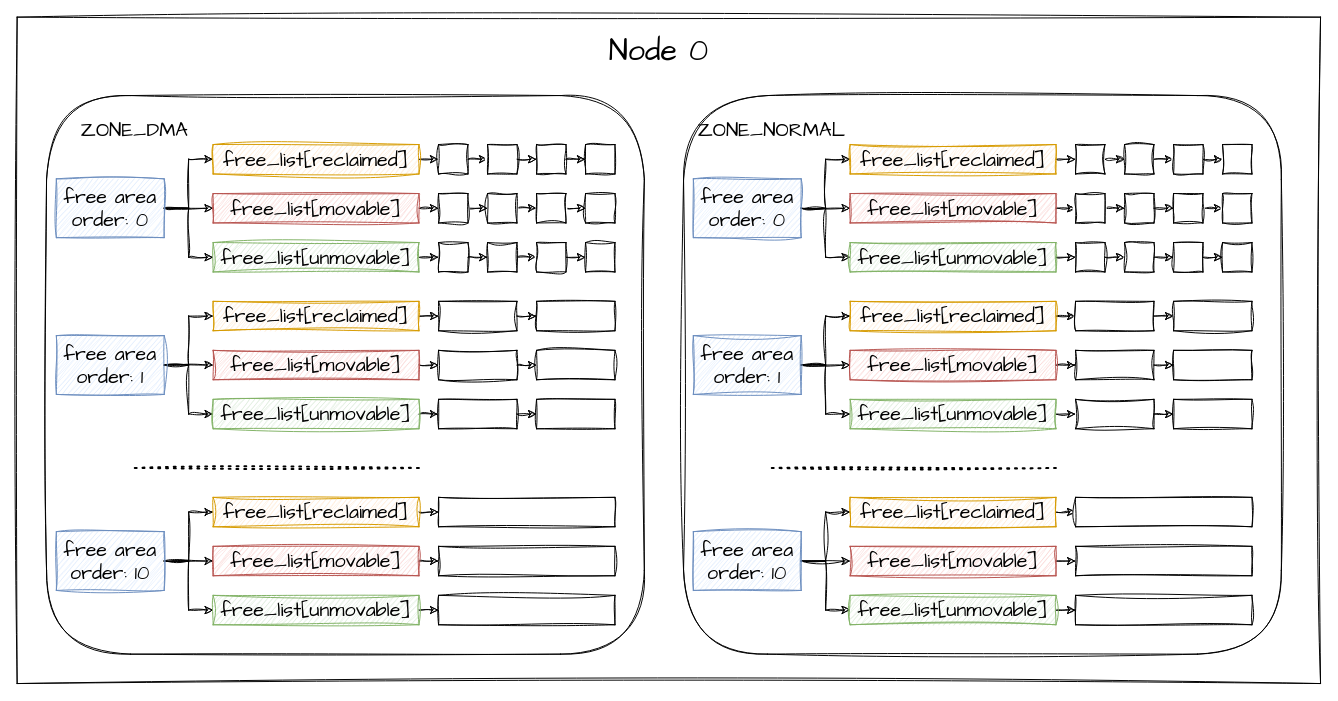
ji92/markdown_picture keeps this draw.io diagram as images/buddy_system.drawio. Above is the earlier version. Source tidied: cells renumbered, new cells numbered last; positions are measured from the earlier drawing's top-left corner, leaving out a move shared by most shapes. Both pictures are drawn from the tidied source at 98%, with x=0, y=0 at pixel (17, 17).
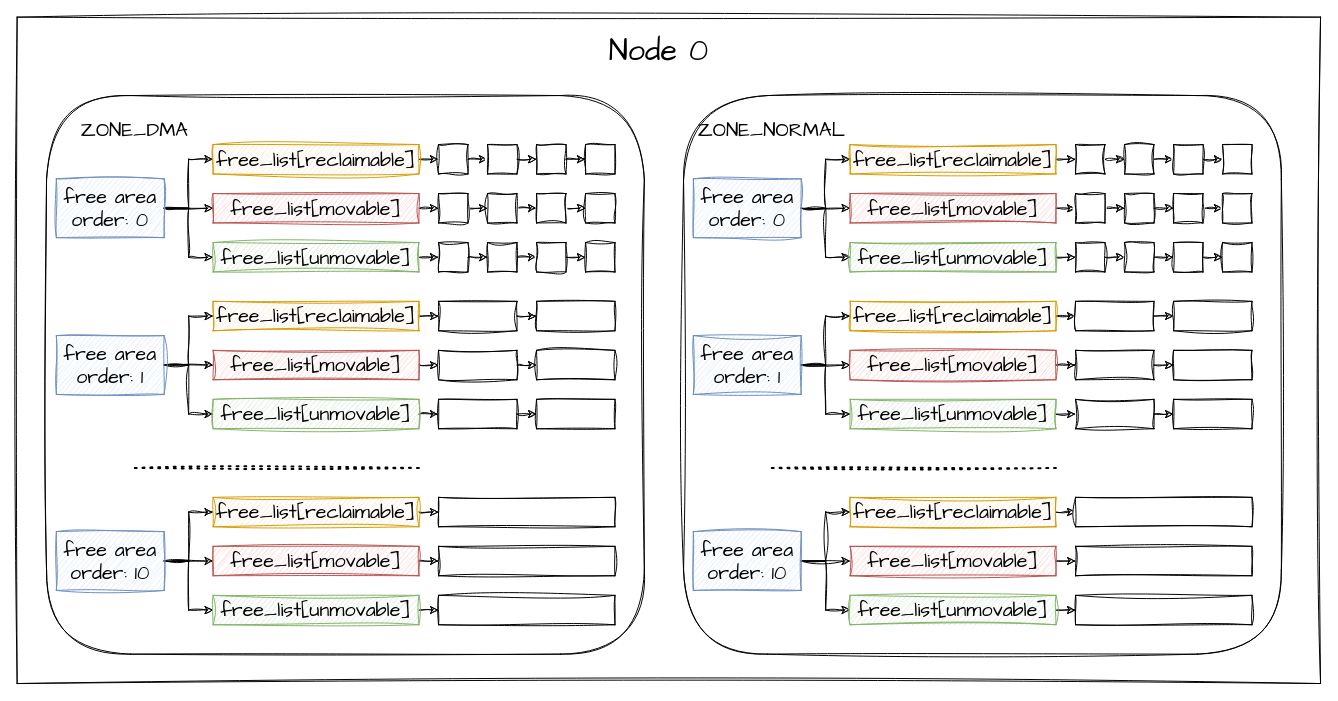
Above is the later version.

What changed in the source:
```diff
@@
-    <mxCell id="9" value="free_list[reclaimed]" style="rounded=0;whiteSpace=wrap;html=1;sketch=1;hachureGap=4;jiggle=2;curveFitting=1;fontFamily=Architects Daughter;fontSize=20;fillColor=#ffe6cc;strokeColor=#d79b00;" parent="1" vertex="1">
+    <mxCell id="9" value="free_list[reclaimable]" style="rounded=0;whiteSpace=wrap;html=1;sketch=1;hachureGap=4;jiggle=2;curveFitting=1;fontFamily=Architects Daughter;fontSize=20;fillColor=#ffe6cc;strokeColor=#d79b00;" parent="1" vertex="1">
       <mxGeometry x="200" y="130" width="210" height="30" as="geometry" />
     </mxCell>
@@
-    <mxCell id="40" value="free_list[reclaimed]" style="rounded=0;whiteSpace=wrap;html=1;sketch=1;hachureGap=4;jiggle=2;curveFitting=1;fontFamily=Architects Daughter;fontSize=20;fillColor=#ffe6cc;strokeColor=#d79b00;" parent="1" vertex="1">
+    <mxCell id="40" value="free_list[reclaimable]" style="rounded=0;whiteSpace=wrap;html=1;sketch=1;hachureGap=4;jiggle=2;curveFitting=1;fontFamily=Architects Daughter;fontSize=20;fillColor=#ffe6cc;strokeColor=#d79b00;" parent="1" vertex="1">
       <mxGeometry x="200" y="290" width="210" height="30" as="geometry" />
     </mxCell>
@@
-    <mxCell id="59" value="free_list[reclaimed]" style="rounded=0;whiteSpace=wrap;html=1;sketch=1;hachureGap=4;jiggle=2;curveFitting=1;fontFamily=Architects Daughter;fontSize=20;fillColor=#ffe6cc;strokeColor=#d79b00;" parent="1" vertex="1">
+    <mxCell id="59" value="free_list[reclaimable]" style="rounded=0;whiteSpace=wrap;html=1;sketch=1;hachureGap=4;jiggle=2;curveFitting=1;fontFamily=Architects Daughter;fontSize=20;fillColor=#ffe6cc;strokeColor=#d79b00;" parent="1" vertex="1">
       <mxGeometry x="200" y="490" width="210" height="30" as="geometry" />
     </mxCell>
@@
-    <mxCell id="75" value="free_list[reclaimed]" style="rounded=0;whiteSpace=wrap;html=1;sketch=1;hachureGap=4;jiggle=2;curveFitting=1;fontFamily=Architects Daughter;fontSize=20;fillColor=#ffe6cc;strokeColor=#d79b00;" parent="1" vertex="1">
+    <mxCell id="75" value="free_list[reclaimable]" style="rounded=0;whiteSpace=wrap;html=1;sketch=1;hachureGap=4;jiggle=2;curveFitting=1;fontFamily=Architects Daughter;fontSize=20;fillColor=#ffe6cc;strokeColor=#d79b00;" parent="1" vertex="1">
       <mxGeometry x="850" y="130" width="210" height="30" as="geometry" />
     </mxCell>
@@
-    <mxCell id="106" value="free_list[reclaimed]" style="rounded=0;whiteSpace=wrap;html=1;sketch=1;hachureGap=4;jiggle=2;curveFitting=1;fontFamily=Architects Daughter;fontSize=20;fillColor=#ffe6cc;strokeColor=#d79b00;" parent="1" vertex="1">
+    <mxCell id="106" value="free_list[reclaimable]" style="rounded=0;whiteSpace=wrap;html=1;sketch=1;hachureGap=4;jiggle=2;curveFitting=1;fontFamily=Architects Daughter;fontSize=20;fillColor=#ffe6cc;strokeColor=#d79b00;" parent="1" vertex="1">
       <mxGeometry x="850" y="290" width="210" height="30" as="geometry" />
     </mxCell>
@@
-    <mxCell id="125" value="free_list[reclaimed]" style="rounded=0;whiteSpace=wrap;html=1;sketch=1;hachureGap=4;jiggle=2;curveFitting=1;fontFamily=Architects Daughter;fontSize=20;fillColor=#ffe6cc;strokeColor=#d79b00;" parent="1" vertex="1">
+    <mxCell id="125" value="free_list[reclaimable]" style="rounded=0;whiteSpace=wrap;html=1;sketch=1;hachureGap=4;jiggle=2;curveFitting=1;fontFamily=Architects Daughter;fontSize=20;fillColor=#ffe6cc;strokeColor=#d79b00;" parent="1" vertex="1">
       <mxGeometry x="850" y="490" width="210" height="30" as="geometry" />
     </mxCell>
```
